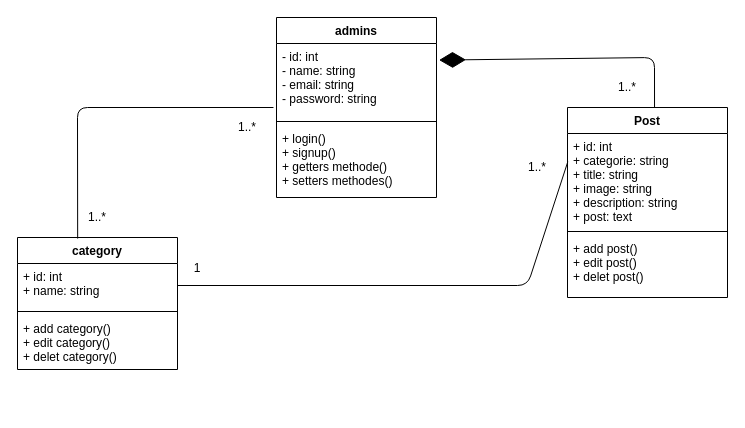
Above: public/assets/UML/class_diagram (3).drawio in Inahcauo01/CultureDev (draw.io), before the change. Source tidied: cells renumbered, new cells numbered last; positions are measured from the earlier drawing's top-left corner, leaving out a move shared by most shapes. Both pictures are drawn from the tidied source at 100%, with x=0, y=0 at pixel (17, 17).
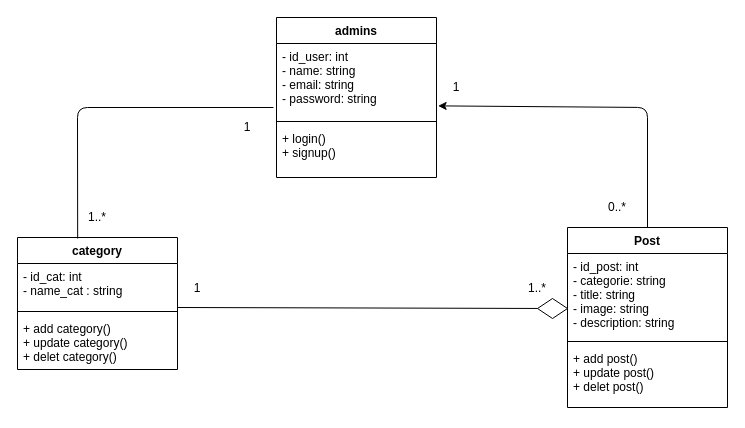
After the change.

The change refers to these unchanged cells:
```xml
<mxCell id="10" value="category" style="swimlane;fontStyle=1;align=center;verticalAlign=top;horizontal=1;startSize=26;" parent="1" vertex="1">
  <mxGeometry y="220" width="160" height="132" as="geometry" />
</mxCell>
```

Change to the diagram source:
```diff
@@
     <mxCell id="2" value="admins" style="swimlane;fontStyle=1;align=center;verticalAlign=top;horizontal=1;startSize=26;" parent="1" vertex="1">
-      <mxGeometry x="259" width="160" height="180" as="geometry" />
+      <mxGeometry x="259" width="160" height="160" as="geometry" />
     </mxCell>
-    <mxCell id="3" value="- id: int&#10;- name: string&#10;- email: string&#10;- password: string" style="text;align=left;verticalAlign=top;spacingLeft=4;spacingRight=4;overflow=hidden;points=[[0,0.5],[1,0.5]];portConstraint=eastwest;" parent="2" vertex="1">
+    <mxCell id="3" value="- id_user: int&#10;- name: string&#10;- email: string&#10;- password: string" style="text;align=left;verticalAlign=top;spacingLeft=4;spacingRight=4;overflow=hidden;points=[[0,0.5],[1,0.5]];portConstraint=eastwest;" parent="2" vertex="1">
       <mxGeometry y="26" width="160" height="74" as="geometry" />
     </mxCell>
@@
-    <mxCell id="5" value="+ login()&#10;+ signup()&#10;+ getters methode()&#10;+ setters methodes()" style="text;strokeColor=none;fillColor=none;align=left;verticalAlign=top;spacingLeft=4;spacingRight=4;overflow=hidden;" parent="2" vertex="1">
-      <mxGeometry y="108" width="160" height="72" as="geometry" />
+    <mxCell id="5" value="+ login()&#10;+ signup()" style="text;strokeColor=none;fillColor=none;align=left;verticalAlign=top;spacingLeft=4;spacingRight=4;overflow=hidden;" parent="2" vertex="1">
+      <mxGeometry y="108" width="160" height="52" as="geometry" />
     </mxCell>
+    <mxCell id="17" style="edgeStyle=none;html=1;exitX=0.5;exitY=0;exitDx=0;exitDy=0;entryX=1.01;entryY=0.843;entryDx=0;entryDy=0;entryPerimeter=0;" parent="1" edge="1" source="6" target="3">
+      <mxGeometry relative="1" as="geometry">
+        <Array as="points">
+          <mxPoint x="630" y="90" />
+        </Array>
+      </mxGeometry>
+    </mxCell>
     <mxCell id="6" value="Post" style="swimlane;fontStyle=1;align=center;verticalAlign=top;horizontal=1;startSize=26;" parent="1" vertex="1">
-      <mxGeometry x="550" y="90" width="160" height="190" as="geometry" />
+      <mxGeometry x="550" y="210" width="160" height="180" as="geometry" />
     </mxCell>
-    <mxCell id="7" value="+ id: int&#10;+ categorie: string&#10;+ title: string&#10;+ image: string&#10;+ description: string&#10;+ post: text" style="text;align=left;verticalAlign=top;spacingLeft=4;spacingRight=4;overflow=hidden;points=[[0,0.5],[1,0.5]];portConstraint=eastwest;" parent="6" vertex="1">
-      <mxGeometry y="26" width="160" height="94" as="geometry" />
+    <mxCell id="7" value="- id_post: int&#10;- categorie: string&#10;- title: string&#10;- image: string&#10;- description: string" style="text;align=left;verticalAlign=top;spacingLeft=4;spacingRight=4;overflow=hidden;points=[[0,0.5],[1,0.5]];portConstraint=eastwest;" parent="6" vertex="1">
+      <mxGeometry y="26" width="160" height="84" as="geometry" />
     </mxCell>
     <mxCell id="8" style="line;strokeWidth=1;fillColor=none;align=left;verticalAlign=middle;spacingTop=-1;spacingLeft=3;spacingRight=3;labelPosition=right;" parent="6" vertex="1">
-      <mxGeometry y="120" width="160" height="8" as="geometry" />
+      <mxGeometry y="110" width="160" height="8" as="geometry" />
     </mxCell>
-    <mxCell id="9" value="+ add post()&#10;+ edit post()&#10;+ delet post()" style="text;strokeColor=none;fillColor=none;align=left;verticalAlign=top;spacingLeft=4;spacingRight=4;overflow=hidden;" parent="6" vertex="1">
-      <mxGeometry y="128" width="160" height="62" as="geometry" />
+    <mxCell id="9" value="+ add post()&#10;+ update post()&#10;+ delet post()" style="text;strokeColor=none;fillColor=none;align=left;verticalAlign=top;spacingLeft=4;spacingRight=4;overflow=hidden;" parent="6" vertex="1">
+      <mxGeometry y="118" width="160" height="62" as="geometry" />
     </mxCell>
@@
-    <mxCell id="11" value="+ id: int&#10;+ name: string" style="text;strokeColor=none;fillColor=none;align=left;verticalAlign=top;spacingLeft=4;spacingRight=4;overflow=hidden;points=[[0,0.5],[1,0.5]];portConstraint=eastwest;" parent="10" vertex="1">
+    <mxCell id="11" value="- id_cat: int&#10;- name_cat : string" style="text;strokeColor=none;fillColor=none;align=left;verticalAlign=top;spacingLeft=4;spacingRight=4;overflow=hidden;points=[[0,0.5],[1,0.5]];portConstraint=eastwest;" parent="10" vertex="1">
       <mxGeometry y="26" width="160" height="44" as="geometry" />
     </mxCell>
@@
-    <mxCell id="13" value="+ add category()&#10;+ edit category()&#10;+ delet category()" style="text;strokeColor=none;fillColor=none;align=left;verticalAlign=top;spacingLeft=4;spacingRight=4;overflow=hidden;" parent="10" vertex="1">
+    <mxCell id="13" value="+ add category()&#10;+ update category()&#10;+ delet category()" style="text;strokeColor=none;fillColor=none;align=left;verticalAlign=top;spacingLeft=4;spacingRight=4;overflow=hidden;" parent="10" vertex="1">
       <mxGeometry y="78" width="160" height="54" as="geometry" />
     </mxCell>
-    <mxCell id="14" style="endArrow=none;html=1;entryX=0.002;entryY=0.3;entryDx=0;entryDy=0;entryPerimeter=0;exitX=1;exitY=0.5;exitDx=0;exitDy=0;" parent="1" edge="1" source="11" target="7">
-      <mxGeometry relative="1" as="geometry">
-        <Array as="points">
-          <mxPoint x="510" y="268" />
-        </Array>
-      </mxGeometry>
-    </mxCell>
-    <mxCell id="15" value="1..*" style="text;html=1;strokeColor=none;fillColor=none;align=center;verticalAlign=middle;whiteSpace=wrap;rounded=0;" parent="1" vertex="1">
-      <mxGeometry x="500" y="140" width="40" height="20" as="geometry" />
+    <mxCell id="15" value="0..*" style="text;html=1;strokeColor=none;fillColor=none;align=center;verticalAlign=middle;whiteSpace=wrap;rounded=0;" parent="1" vertex="1">
+      <mxGeometry x="580" y="180" width="40" height="20" as="geometry" />
     </mxCell>
     <mxCell id="16" value="1" style="text;html=1;strokeColor=none;fillColor=none;align=center;verticalAlign=middle;whiteSpace=wrap;rounded=0;" parent="1" vertex="1">
-      <mxGeometry x="160" y="240" width="40" height="21" as="geometry" />
+      <mxGeometry x="160" y="260" width="40" height="21" as="geometry" />
     </mxCell>
-    <mxCell id="17" style="endArrow=diamondThin;endFill=1;endSize=24;html=1;exitX=0.544;exitY=0;exitDx=0;exitDy=0;exitPerimeter=0;entryX=1.016;entryY=0.224;entryDx=0;entryDy=0;entryPerimeter=0;" parent="1" edge="1" source="6" target="3">
-      <mxGeometry relative="1" as="geometry">
-        <Array as="points">
-          <mxPoint x="637" y="40" />
-        </Array>
-      </mxGeometry>
-    </mxCell>
-    <mxCell id="18" value="1..*" style="text;html=1;strokeColor=none;fillColor=none;align=center;verticalAlign=middle;whiteSpace=wrap;rounded=0;" parent="1" vertex="1">
-      <mxGeometry x="590" y="60" width="40" height="20" as="geometry" />
+    <mxCell id="18" value="1" style="text;html=1;strokeColor=none;fillColor=none;align=center;verticalAlign=middle;whiteSpace=wrap;rounded=0;" parent="1" vertex="1">
+      <mxGeometry x="419" y="60" width="40" height="20" as="geometry" />
     </mxCell>
@@
-    <mxCell id="20" value="1..*" style="text;html=1;strokeColor=none;fillColor=none;align=center;verticalAlign=middle;whiteSpace=wrap;rounded=0;" parent="1" vertex="1">
+    <mxCell id="20" value="1" style="text;html=1;strokeColor=none;fillColor=none;align=center;verticalAlign=middle;whiteSpace=wrap;rounded=0;" parent="1" vertex="1">
       <mxGeometry x="210" y="100" width="40" height="20" as="geometry" />
     </mxCell>
@@
+    <mxCell id="22" style="edgeStyle=none;jettySize=auto;html=1;exitX=1;exitY=1;exitDx=0;exitDy=0;exitPerimeter=0;startArrow=none;" parent="1" edge="1" source="25" target="7">
+      <mxGeometry relative="1" as="geometry" />
+    </mxCell>
+    <mxCell id="23" value="1..*" style="text;html=1;strokeColor=none;fillColor=none;align=center;verticalAlign=middle;whiteSpace=wrap;rounded=0;" parent="1" vertex="1">
+      <mxGeometry x="500" y="260" width="40" height="21" as="geometry" />
+    </mxCell>
+    <mxCell id="24" style="edgeStyle=none;jettySize=auto;html=1;exitX=1;exitY=1;exitDx=0;exitDy=0;exitPerimeter=0;endArrow=none;" parent="1" edge="1" source="11" target="25">
+      <mxGeometry relative="1" as="geometry" />
+    </mxCell>
+    <mxCell id="25" style="rhombus;whiteSpace=wrap;html=1;fillColor=#FFFFFF;" parent="1" vertex="1">
+      <mxGeometry x="520" y="281" width="30" height="20" as="geometry" />
+    </mxCell>
```
